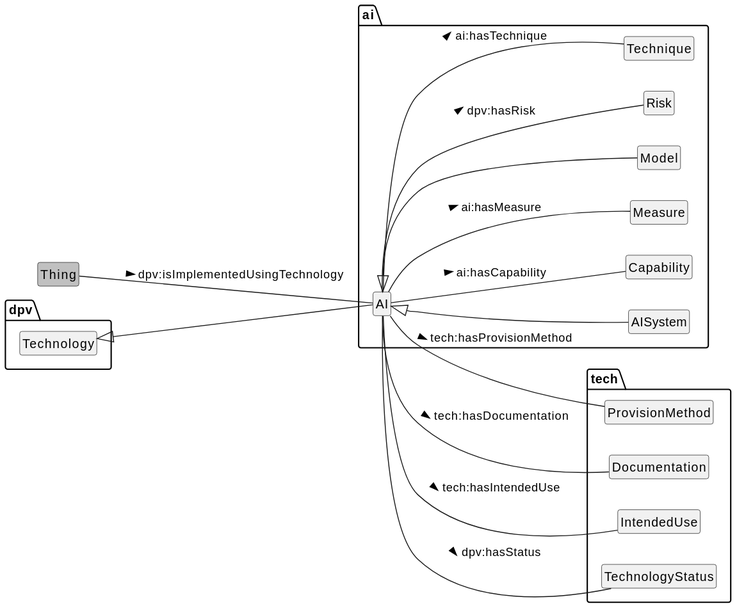
The PlantUML diagram 2.1-dev/diagrams/ai.svg in w3c/dpv, before a commit.
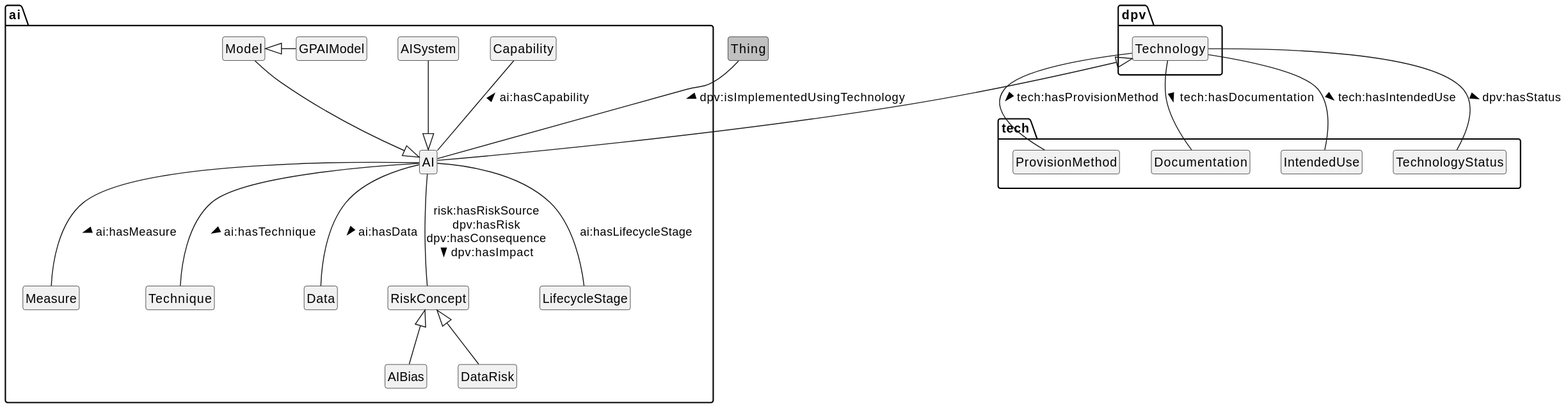
After the commit.

What changed in the source:
```diff
@@ -1,6 +1,5 @@
 @startuml
 !include style.plantuml
-left to right direction
 
 class Thing #silver
 
@@ -21,20 +20,31 @@
     class Capability
     class Measure
     class Model
-    class Risk
+    class GPAIModel
     class Technique
+    class Data
+    class RiskConcept
+    class Measure
+    class LifecycleStage
+    class AIBias
+    RiskConcept <|-- AIBias
+    class DataRisk
+    RiskConcept <|-- DataRisk
+    AI -- RiskConcept : risk:hasRiskSource\ndpv:hasRisk\ndpv:hasConsequence\ndpv:hasImpact >
+    AI -- Data : ai:hasData >
+    AI -- LifecycleStage : ai:hasLifecycleStage
 }
 
 Thing -- AI : dpv:isImplementedUsingTechnology >
 Technology <|-- AI
-AI -- ProvisionMethod : tech:hasProvisionMethod >
-AI -- Documentation : tech:hasDocumentation >
-AI -- IntendedUse : tech:hasIntendedUse >
-AI -- TechnologyStatus : dpv:hasStatus >
-AI -- Capability : ai:hasCapability >
+Technology -- ProvisionMethod : tech:hasProvisionMethod >
+Technology -- Documentation : tech:hasDocumentation >
+Technology -- IntendedUse : tech:hasIntendedUse >
+Technology -- TechnologyStatus : dpv:hasStatus >
+AI -up- Capability : ai:hasCapability >
 AI -- Measure : ai:hasMeasure >
-AI <|-- Model
-AI <|-- AISystem
-AI -- Risk : dpv:hasRisk >
+AI <|-up- Model
+AI <|-up- AISystem
+Model <|-right- GPAIModel
 AI -- Technique : ai:hasTechnique >
 @enduml
```
